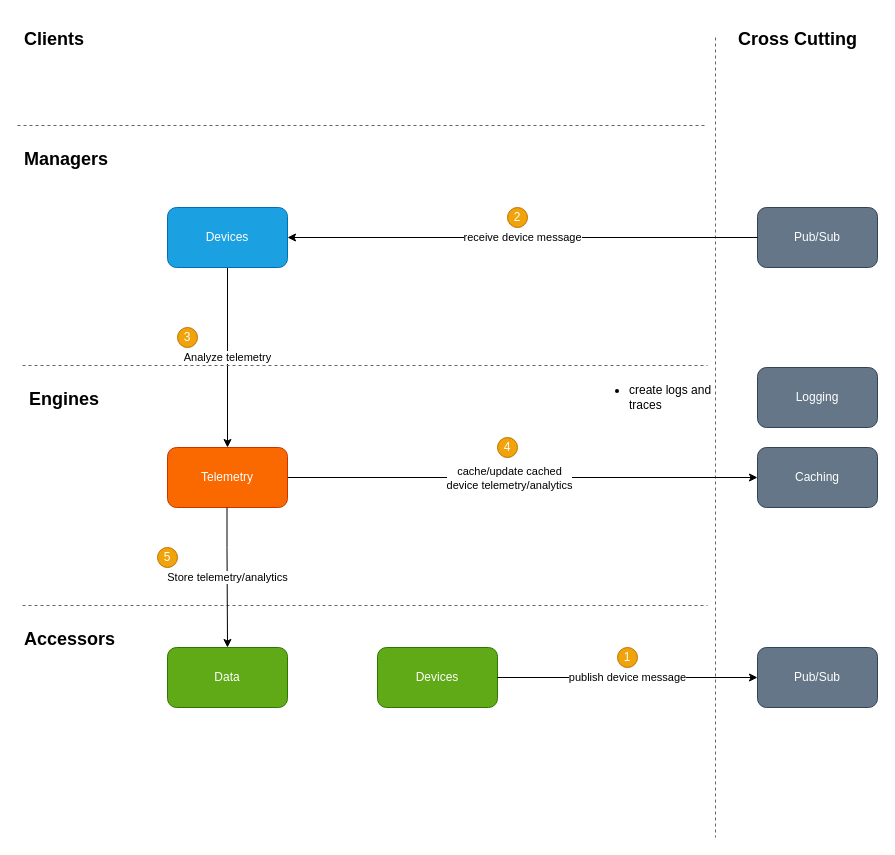
nirolada/MS2023 keeps this draw.io diagram as page "Device sends telemetry" (4 of 4) of Solution Diagrams.drawio. Above is the earlier version. Source tidied: cells renumbered, new cells numbered last; positions are measured from the earlier drawing's top-left corner, leaving out a move shared by most shapes. Both pictures are drawn from the tidied source at 100%, with x=0, y=0 at pixel (17, 17).
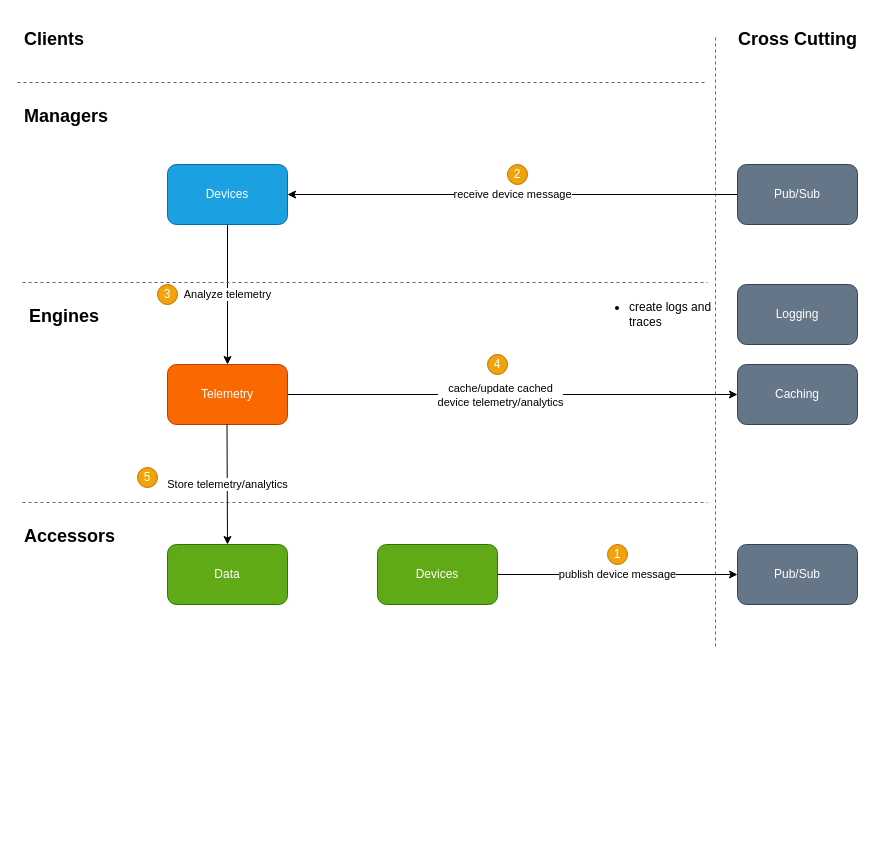
After the change.

What changed in the source:
```diff
@@
     <mxCell id="3" value="Devices" style="rounded=1;whiteSpace=wrap;html=1;fillColor=#1ba1e2;strokeColor=#006EAF;fontColor=#ffffff;" parent="1" vertex="1">
-      <mxGeometry x="150" y="190" width="120" height="60" as="geometry" />
+      <mxGeometry x="150" y="147" width="120" height="60" as="geometry" />
     </mxCell>
     <mxCell id="4" value="&lt;font style=&quot;font-size: 18px&quot;&gt;Managers&lt;/font&gt;" style="text;strokeColor=none;fillColor=none;html=1;fontSize=24;fontStyle=1;verticalAlign=middle;align=left;" parent="1" vertex="1">
-      <mxGeometry x="5" y="120" width="100" height="40" as="geometry" />
+      <mxGeometry x="5" y="77" width="100" height="40" as="geometry" />
     </mxCell>
     <mxCell id="5" value="&lt;font style=&quot;font-size: 18px&quot;&gt;Engines&lt;/font&gt;" style="text;strokeColor=none;fillColor=none;html=1;fontSize=24;fontStyle=1;verticalAlign=middle;align=left;" parent="1" vertex="1">
-      <mxGeometry x="10" y="360" width="100" height="40" as="geometry" />
+      <mxGeometry x="10" y="277" width="100" height="40" as="geometry" />
     </mxCell>
     <mxCell id="6" value="&lt;font style=&quot;font-size: 18px&quot;&gt;Accessors&lt;/font&gt;" style="text;strokeColor=none;fillColor=none;html=1;fontSize=24;fontStyle=1;verticalAlign=middle;align=left;" parent="1" vertex="1">
-      <mxGeometry x="5" y="600" width="100" height="40" as="geometry" />
+      <mxGeometry x="5" y="497" width="100" height="40" as="geometry" />
     </mxCell>
@@
     <mxCell id="8" style="line;strokeWidth=1;html=1;align=left;strokeColor=#666666;dashed=1;" parent="1" vertex="1">
-      <mxGeometry x="5" y="343" width="685" height="10" as="geometry" />
+      <mxGeometry x="5" y="260" width="685" height="10" as="geometry" />
     </mxCell>
     <mxCell id="9" style="line;strokeWidth=1;html=1;align=left;strokeColor=#666666;dashed=1;" parent="1" vertex="1">
-      <mxGeometry x="5" y="583" width="685" height="10" as="geometry" />
+      <mxGeometry x="5" y="480" width="685" height="10" as="geometry" />
     </mxCell>
     <mxCell id="10" style="line;strokeWidth=1;direction=south;html=1;align=left;strokeColor=#666666;dashed=1;" parent="1" vertex="1">
-      <mxGeometry x="693" y="20" width="10" height="800" as="geometry" />
+      <mxGeometry x="693" y="20" width="10" height="610" as="geometry" />
     </mxCell>
     <mxCell id="11" style="line;strokeWidth=1;html=1;align=left;strokeColor=#666666;dashed=1;" parent="1" vertex="1">
-      <mxGeometry y="103" width="690" height="10" as="geometry" />
+      <mxGeometry y="60" width="690" height="10" as="geometry" />
     </mxCell>
@@
     <mxCell id="13" value="1" style="ellipse;whiteSpace=wrap;html=1;fillColor=#f0a30a;strokeColor=#BD7000;fontColor=#ffffff;" parent="1" vertex="1">
-      <mxGeometry x="600" y="630" width="20" height="20" as="geometry" />
+      <mxGeometry x="590" y="527" width="20" height="20" as="geometry" />
     </mxCell>
     <mxCell id="14" value="&lt;div&gt;Caching&lt;/div&gt;" style="rounded=1;whiteSpace=wrap;html=1;fillColor=#647687;strokeColor=#314354;fontColor=#ffffff;" parent="1" vertex="1">
-      <mxGeometry x="740" y="430" width="120" height="60" as="geometry" />
+      <mxGeometry x="720" y="347" width="120" height="60" as="geometry" />
     </mxCell>
     <mxCell id="15" value="2" style="ellipse;whiteSpace=wrap;html=1;fillColor=#f0a30a;strokeColor=#BD7000;fontColor=#ffffff;" parent="1" vertex="1">
-      <mxGeometry x="490" y="190" width="20" height="20" as="geometry" />
+      <mxGeometry x="490" y="147" width="20" height="20" as="geometry" />
     </mxCell>
     <mxCell id="16" value="Logging" style="rounded=1;whiteSpace=wrap;html=1;fillColor=#647687;strokeColor=#314354;fontColor=#ffffff;" parent="1" vertex="1">
-      <mxGeometry x="740" y="350" width="120" height="60" as="geometry" />
+      <mxGeometry x="720" y="267" width="120" height="60" as="geometry" />
     </mxCell>
     <mxCell id="17" value="&lt;ul&gt;&lt;li&gt;create logs and traces&lt;/li&gt;&lt;/ul&gt;" style="text;html=1;strokeColor=none;fillColor=none;align=left;verticalAlign=middle;whiteSpace=wrap;rounded=0;" parent="1" vertex="1">
-      <mxGeometry x="570" y="350" width="140" height="60" as="geometry" />
+      <mxGeometry x="570" y="267" width="140" height="60" as="geometry" />
     </mxCell>
     <mxCell id="18" value="Devices" style="rounded=1;whiteSpace=wrap;html=1;fillColor=#60a917;strokeColor=#2D7600;fontColor=#ffffff;" parent="1" vertex="1">
-      <mxGeometry x="360" y="630" width="120" height="60" as="geometry" />
+      <mxGeometry x="360" y="527" width="120" height="60" as="geometry" />
     </mxCell>
@@
     <mxCell id="20" value="3" style="ellipse;whiteSpace=wrap;html=1;fillColor=#f0a30a;strokeColor=#BD7000;fontColor=#ffffff;" parent="1" vertex="1">
-      <mxGeometry x="160" y="310" width="20" height="20" as="geometry" />
+      <mxGeometry x="140" y="267" width="20" height="20" as="geometry" />
     </mxCell>
     <mxCell id="21" value="Pub/Sub" style="rounded=1;whiteSpace=wrap;html=1;fillColor=#647687;strokeColor=#314354;fontColor=#ffffff;" parent="1" vertex="1">
-      <mxGeometry x="740" y="630" width="120" height="60" as="geometry" />
+      <mxGeometry x="720" y="527" width="120" height="60" as="geometry" />
     </mxCell>
     <mxCell id="22" value="Data" style="rounded=1;whiteSpace=wrap;html=1;fillColor=#60a917;strokeColor=#2D7600;fontColor=#ffffff;" parent="1" vertex="1">
-      <mxGeometry x="150" y="630" width="120" height="60" as="geometry" />
+      <mxGeometry x="150" y="527" width="120" height="60" as="geometry" />
     </mxCell>
     <mxCell id="23" value="Pub/Sub" style="rounded=1;whiteSpace=wrap;html=1;fillColor=#647687;strokeColor=#314354;fontColor=#ffffff;" parent="1" vertex="1">
-      <mxGeometry x="740" y="190" width="120" height="60" as="geometry" />
+      <mxGeometry x="720" y="147" width="120" height="60" as="geometry" />
     </mxCell>
@@
     <mxCell id="27" value="Telemetry" style="rounded=1;whiteSpace=wrap;html=1;fillColor=#fa6800;strokeColor=#C73500;fontColor=#ffffff;" parent="1" vertex="1">
-      <mxGeometry x="150" y="430" width="120" height="60" as="geometry" />
+      <mxGeometry x="150" y="347" width="120" height="60" as="geometry" />
     </mxCell>
-    <mxCell id="28" value="&lt;div&gt;Store telemetry/analytics&lt;/div&gt;" style="edgeStyle=orthogonalEdgeStyle;rounded=0;orthogonalLoop=1;jettySize=auto;html=1;exitX=0.5;exitY=1;exitDx=0;exitDy=0;" parent="1" edge="1">
+    <mxCell id="28" value="&lt;div&gt;Store telemetry/analytics&lt;/div&gt;" style="edgeStyle=orthogonalEdgeStyle;rounded=0;jettySize=auto;html=1;exitX=0.5;exitY=1;exitDx=0;exitDy=0;entryX=0.5;entryY=0;entryDx=0;entryDy=0;" parent="1" edge="1" target="22">
       <mxGeometry relative="1" as="geometry">
-        <mxPoint x="209.5" y="490" as="sourcePoint" />
-        <mxPoint x="210" y="630" as="targetPoint" />
-        <Array as="points">
-          <mxPoint x="210" y="530" />
-          <mxPoint x="210" y="530" />
-        </Array>
+        <mxPoint x="209.5" y="407" as="sourcePoint" />
       </mxGeometry>
     </mxCell>
     <mxCell id="29" value="4" style="ellipse;whiteSpace=wrap;html=1;fillColor=#f0a30a;strokeColor=#BD7000;fontColor=#ffffff;" parent="1" vertex="1">
-      <mxGeometry x="480" y="420" width="20" height="20" as="geometry" />
+      <mxGeometry x="470" y="337" width="20" height="20" as="geometry" />
     </mxCell>
     <mxCell id="30" value="5" style="ellipse;whiteSpace=wrap;html=1;fillColor=#f0a30a;strokeColor=#BD7000;fontColor=#ffffff;" parent="1" vertex="1">
-      <mxGeometry x="140" y="530" width="20" height="20" as="geometry" />
+      <mxGeometry x="120" y="450" width="20" height="20" as="geometry" />
     </mxCell>
```
